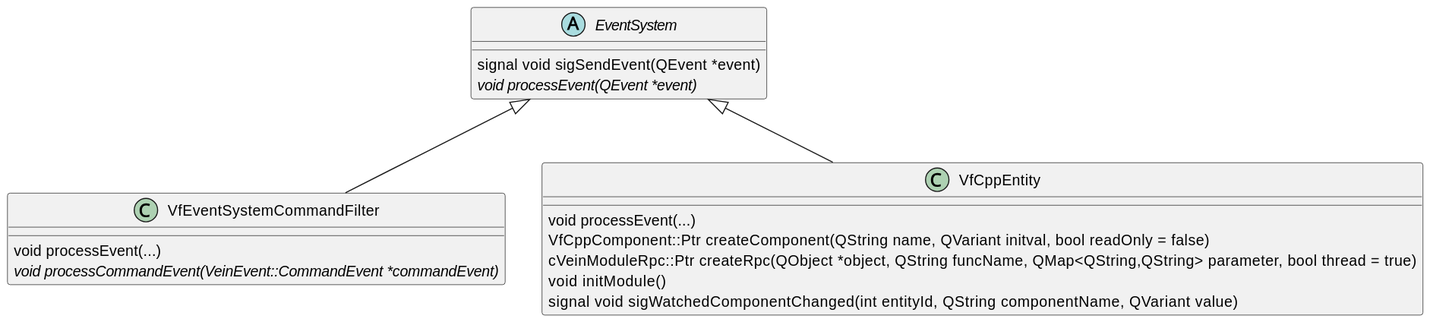
ZeraGmbH/vein-framework keeps this PlantUML diagram as server-libs/doc/class-diagram-server-event-systems.svg. Above is the earlier version. Its diagram source:
```plantuml
@startuml
abstract class EventSystem {
    signal void sigSendEvent(QEvent *event)
    {abstract} void processEvent(QEvent *event)
}

class VfEventSystemCommandFilter {
    void processEvent(...)
    {abstract} void processCommandEvent(VeinEvent::CommandEvent *commandEvent)
}

class VfCppEntity {
    void processEvent(...)
    VfCppComponent::Ptr createComponent(QString name, QVariant initval, bool readOnly = false)
    cVeinModuleRpc::Ptr createRpc(QObject *object, QString funcName, QMap<QString,QString> parameter, bool thread = true)
    void initModule()
    signal void sigWatchedComponentChanged(int entityId, QString componentName, QVariant value)
}


EventSystem <|-- VfEventSystemCommandFilter
EventSystem <|-- VfCppEntity
@enduml
```
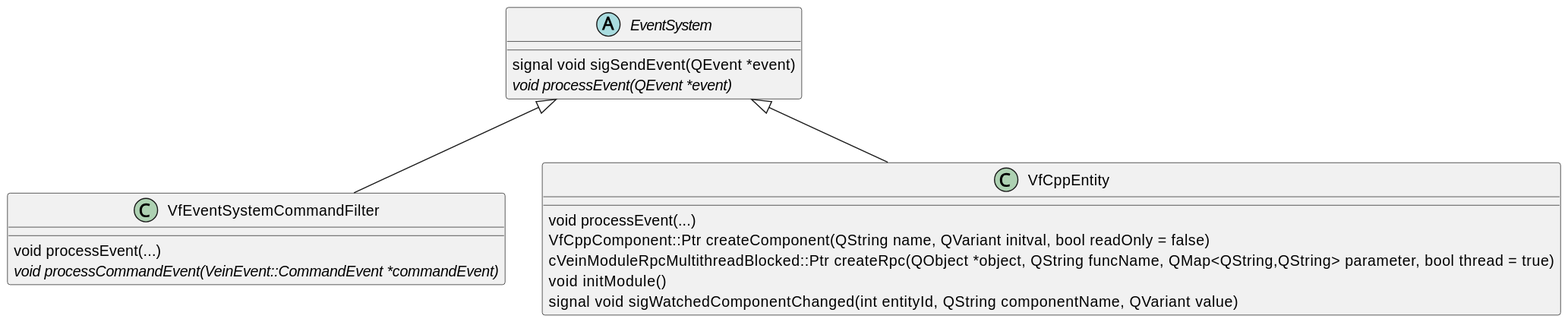
Above is the later version.

Commit message:
Rename 'cVeinModuleRpc' -> 'cVeinModuleRpcMultithreadBlocked'

The edit, as a diff of the source:
```diff
@@ -12,7 +12,7 @@
 class VfCppEntity {
     void processEvent(...)
     VfCppComponent::Ptr createComponent(QString name, QVariant initval, bool readOnly = false)
-    cVeinModuleRpc::Ptr createRpc(QObject *object, QString funcName, QMap<QString,QString> parameter, bool thread = true)
+    cVeinModuleRpcMultithreadBlocked::Ptr createRpc(QObject *object, QString funcName, QMap<QString,QString> parameter, bool thread = true)
     void initModule()
     signal void sigWatchedComponentChanged(int entityId, QString componentName, QVariant value)
 }
```
